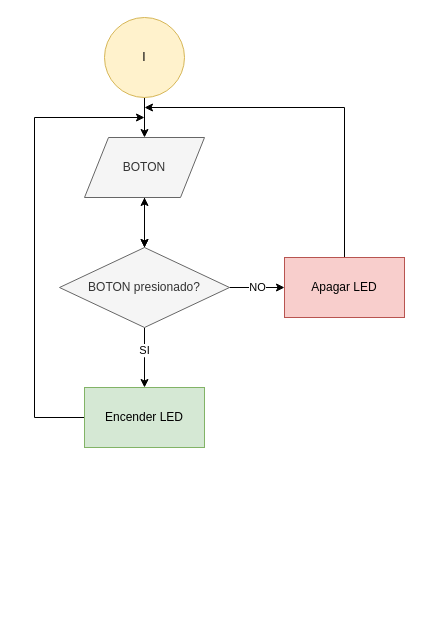
rodrigovzq/Laboratorio-Microprocesadores keeps this draw.io diagram as TP2/Diagramas/TP2 Diagrama de flujo .drawio. Above is the earlier version. Source tidied: cells renumbered, new cells numbered last; positions are measured from the earlier drawing's top-left corner, leaving out a move shared by most shapes. Both pictures are drawn from the tidied source at 100%, with x=0, y=0 at pixel (34, 17).
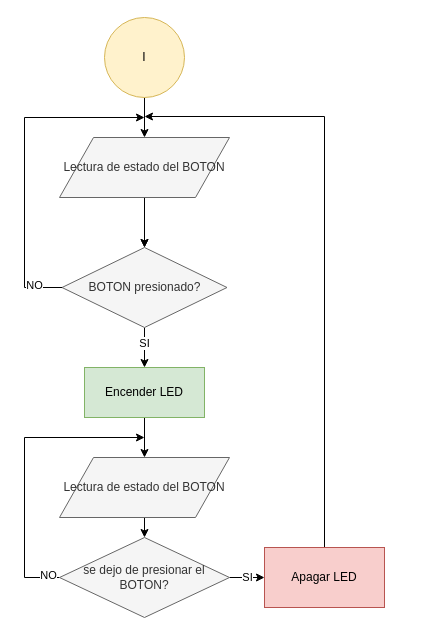
Above is the later version.

Change to the diagram source:
```diff
@@
-    <mxCell id="6" value="BOTON" style="shape=parallelogram;perimeter=parallelogramPerimeter;whiteSpace=wrap;html=1;fillColor=#f5f5f5;strokeColor=#666666;fontColor=#333333;" parent="1" vertex="1">
-      <mxGeometry x="50" y="120" width="120" height="60" as="geometry" />
+    <mxCell id="6" value="Lectura de estado del BOTON" style="shape=parallelogram;perimeter=parallelogramPerimeter;whiteSpace=wrap;html=1;fillColor=#f5f5f5;strokeColor=#666666;fontColor=#333333;" parent="1" vertex="1">
+      <mxGeometry x="25" y="120" width="170" height="60" as="geometry" />
     </mxCell>
-    <mxCell id="7" style="edgeStyle=orthogonalEdgeStyle;rounded=0;jettySize=auto;html=1;exitX=0.5;exitY=1;exitDx=0;exitDy=0;" parent="1" edge="1" source="11">
-      <mxGeometry relative="1" as="geometry">
-        <mxPoint x="110" y="370" as="targetPoint" />
-      </mxGeometry>
+    <mxCell id="7" style="edgeStyle=orthogonalEdgeStyle;rounded=0;jettySize=auto;html=1;exitX=0.5;exitY=1;exitDx=0;exitDy=0;entryX=0.5;entryY=0;entryDx=0;entryDy=0;" parent="1" edge="1" source="11" target="13">
+      <mxGeometry relative="1" as="geometry" />
     </mxCell>
@@
-    <mxCell id="9" value="NO" style="edgeStyle=orthogonalEdgeStyle;rounded=0;jettySize=auto;html=1;exitX=1;exitY=0.5;exitDx=0;exitDy=0;entryX=0;entryY=0.5;entryDx=0;entryDy=0;" parent="1" edge="1" source="11" target="15">
-      <mxGeometry relative="1" as="geometry" />
-    </mxCell>
-    <mxCell id="10" style="edgeStyle=orthogonalEdgeStyle;rounded=0;jettySize=auto;html=1;" parent="1" edge="1" source="11" target="6">
-      <mxGeometry relative="1" as="geometry" />
-    </mxCell>
+    <mxCell id="16" style="edgeStyle=orthogonalEdgeStyle;rounded=0;jettySize=auto;html=1;exitX=0;exitY=0.5;exitDx=0;exitDy=0;" parent="1" edge="1" source="11">
+      <mxGeometry relative="1" as="geometry">
+        <mxPoint x="110" y="100" as="targetPoint" />
+        <Array as="points">
+          <mxPoint x="-10" y="270" />
+          <mxPoint x="-10" y="100" />
+        </Array>
+      </mxGeometry>
+    </mxCell>
+    <mxCell id="17" value="NO&lt;br&gt;" style="edgeLabel;html=1;align=center;verticalAlign=middle;" parent="16" vertex="1">
+      <mxGeometry x="-0.83" y="-3" relative="1" as="geometry" />
+    </mxCell>
     <mxCell id="11" value="BOTON presionado?" style="rhombus;whiteSpace=wrap;html=1;fillColor=#f5f5f5;strokeColor=#666666;fontColor=#333333;" parent="1" vertex="1">
-      <mxGeometry x="25" y="230" width="170" height="80" as="geometry" />
+      <mxGeometry x="27.5" y="230" width="165" height="80" as="geometry" />
     </mxCell>
-    <mxCell id="12" style="edgeStyle=orthogonalEdgeStyle;rounded=0;jettySize=auto;html=1;exitX=0;exitY=0.5;exitDx=0;exitDy=0;" parent="1" edge="1" source="13">
-      <mxGeometry relative="1" as="geometry">
-        <mxPoint x="110" y="100" as="targetPoint" />
-        <Array as="points">
-          <mxPoint y="400" />
-          <mxPoint y="100" />
-        </Array>
-      </mxGeometry>
-    </mxCell>
+    <mxCell id="18" style="edgeStyle=orthogonalEdgeStyle;rounded=0;jettySize=auto;html=1;exitX=0.5;exitY=1;exitDx=0;exitDy=0;entryX=0.5;entryY=0;entryDx=0;entryDy=0;" parent="1" edge="1" source="13" target="25">
+      <mxGeometry relative="1" as="geometry" />
+    </mxCell>
     <mxCell id="13" value="Encender LED&lt;br&gt;" style="rounded=0;whiteSpace=wrap;html=1;fillColor=#d5e8d4;strokeColor=#82b366;" parent="1" vertex="1">
-      <mxGeometry x="50" y="370" width="120" height="60" as="geometry" />
+      <mxGeometry x="50" y="350" width="120" height="50" as="geometry" />
     </mxCell>
-    <mxCell id="14" style="edgeStyle=orthogonalEdgeStyle;rounded=0;jettySize=auto;html=1;exitX=0.5;exitY=0;exitDx=0;exitDy=0;" parent="1" edge="1" source="15">
-      <mxGeometry relative="1" as="geometry">
-        <mxPoint x="110" y="90" as="targetPoint" />
-        <Array as="points">
-          <mxPoint x="310" y="90" />
-        </Array>
-      </mxGeometry>
-    </mxCell>
+    <mxCell id="19" style="edgeStyle=orthogonalEdgeStyle;rounded=0;jettySize=auto;html=1;exitX=0.5;exitY=0;exitDx=0;exitDy=0;" parent="1" edge="1" source="15">
+      <mxGeometry relative="1" as="geometry">
+        <mxPoint x="110" y="99" as="targetPoint" />
+        <Array as="points">
+          <mxPoint x="290" y="99" />
+        </Array>
+      </mxGeometry>
+    </mxCell>
     <mxCell id="15" value="Apagar LED&lt;br&gt;" style="rounded=0;whiteSpace=wrap;html=1;fillColor=#f8cecc;strokeColor=#b85450;" parent="1" vertex="1">
-      <mxGeometry x="250" y="240" width="120" height="60" as="geometry" />
+      <mxGeometry x="230" y="530" width="120" height="60" as="geometry" />
     </mxCell>
+    <mxCell id="20" value="SI" style="edgeStyle=orthogonalEdgeStyle;rounded=0;jettySize=auto;html=1;exitX=1;exitY=0.5;exitDx=0;exitDy=0;entryX=0;entryY=0.5;entryDx=0;entryDy=0;" parent="1" edge="1" source="23" target="15">
+      <mxGeometry relative="1" as="geometry" />
+    </mxCell>
+    <mxCell id="21" style="edgeStyle=orthogonalEdgeStyle;rounded=0;jettySize=auto;html=1;exitX=0;exitY=0.5;exitDx=0;exitDy=0;" parent="1" edge="1" source="23">
+      <mxGeometry relative="1" as="geometry">
+        <mxPoint x="110" y="420" as="targetPoint" />
+        <Array as="points">
+          <mxPoint x="-10" y="560" />
+          <mxPoint x="-10" y="420" />
+        </Array>
+      </mxGeometry>
+    </mxCell>
+    <mxCell id="22" value="NO&lt;br&gt;" style="edgeLabel;html=1;align=center;verticalAlign=middle;" parent="21" vertex="1">
+      <mxGeometry x="-0.92" y="-3" relative="1" as="geometry" />
+    </mxCell>
+    <mxCell id="23" value="se dejo de presionar el BOTON?" style="rhombus;whiteSpace=wrap;html=1;fillColor=#f5f5f5;strokeColor=#666666;fontColor=#333333;" parent="1" vertex="1">
+      <mxGeometry x="25" y="520" width="170" height="80" as="geometry" />
+    </mxCell>
+    <mxCell id="24" style="edgeStyle=orthogonalEdgeStyle;rounded=0;jettySize=auto;html=1;exitX=0.5;exitY=1;exitDx=0;exitDy=0;entryX=0.5;entryY=0;entryDx=0;entryDy=0;" parent="1" edge="1" source="25" target="23">
+      <mxGeometry relative="1" as="geometry" />
+    </mxCell>
+    <mxCell id="25" value="Lectura de estado del BOTON" style="shape=parallelogram;perimeter=parallelogramPerimeter;whiteSpace=wrap;html=1;fillColor=#f5f5f5;strokeColor=#666666;fontColor=#333333;" parent="1" vertex="1">
+      <mxGeometry x="25" y="440" width="170" height="60" as="geometry" />
+    </mxCell>
```
